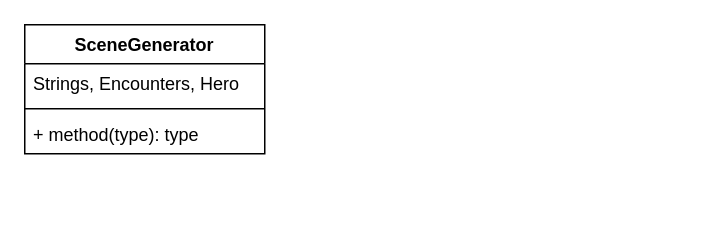
Before: Diagrams/SceneGenerator.drawio in wtvamp/DarkGame, a draw.io diagram. Source tidied: cells renumbered, new cells numbered last; positions are measured from the earlier drawing's top-left corner, leaving out a move shared by most shapes. Both pictures are drawn from the tidied source at 150%, with x=0, y=0 at pixel (24, 24).
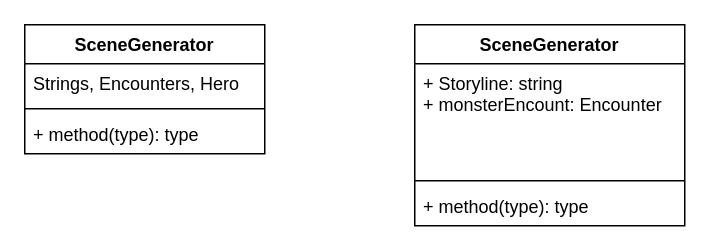
After the change.

Change to the diagram source:
```diff
@@
 <mxGraphModel>
   <root>
     <mxCell id="0" />
     <mxCell id="1" parent="0" />
     <mxCell id="2" value="SceneGenerator" style="swimlane;fontStyle=1;align=center;verticalAlign=top;horizontal=1;startSize=26;" parent="1" vertex="1">
       <mxGeometry width="160" height="86" as="geometry" />
     </mxCell>
     <mxCell id="3" value="Strings, Encounters, Hero " style="text;strokeColor=none;fillColor=none;align=left;verticalAlign=top;spacingLeft=4;spacingRight=4;overflow=hidden;" parent="2" vertex="1">
       <mxGeometry y="26" width="160" height="26" as="geometry" />
     </mxCell>
     <mxCell id="4" style="line;strokeWidth=1;fillColor=none;align=left;verticalAlign=middle;spacingTop=-1;spacingLeft=3;spacingRight=3;labelPosition=right;" parent="2" vertex="1">
       <mxGeometry y="52" width="160" height="8" as="geometry" />
     </mxCell>
     <mxCell id="5" value="+ method(type): type" style="text;strokeColor=none;fillColor=none;align=left;verticalAlign=top;spacingLeft=4;spacingRight=4;overflow=hidden;" parent="2" vertex="1">
       <mxGeometry y="60" width="160" height="26" as="geometry" />
     </mxCell>
+    <mxCell id="6" value="SceneGenerator" style="swimlane;fontStyle=1;align=center;verticalAlign=top;horizontal=1;startSize=26;" parent="1" vertex="1">
+      <mxGeometry x="260" width="180" height="134" as="geometry" />
+    </mxCell>
+    <mxCell id="7" value="+ Storyline: string&#10;+ monsterEncount: Encounter" style="text;strokeColor=none;fillColor=none;align=left;verticalAlign=top;spacingLeft=4;spacingRight=4;overflow=hidden;" parent="6" vertex="1">
+      <mxGeometry y="26" width="180" height="74" as="geometry" />
+    </mxCell>
+    <mxCell id="8" style="line;strokeWidth=1;fillColor=none;align=left;verticalAlign=middle;spacingTop=-1;spacingLeft=3;spacingRight=3;labelPosition=right;" parent="6" vertex="1">
+      <mxGeometry y="100" width="180" height="8" as="geometry" />
+    </mxCell>
+    <mxCell id="9" value="+ method(type): type" style="text;strokeColor=none;fillColor=none;align=left;verticalAlign=top;spacingLeft=4;spacingRight=4;overflow=hidden;" parent="6" vertex="1">
+      <mxGeometry y="108" width="180" height="26" as="geometry" />
+    </mxCell>
   </root>
 </mxGraphModel>
```
